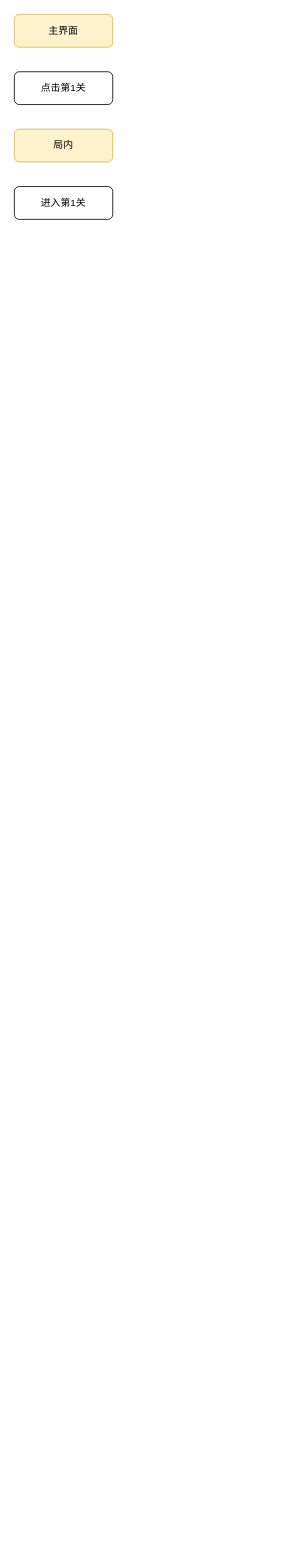
Before: Untitled Diagram.drawio in friyal0730/sudoku, a draw.io diagram. Source tidied: cells renumbered, new cells numbered last; positions are measured from the earlier drawing's top-left corner, leaving out a move shared by most shapes. Both pictures are drawn from the tidied source at 82%, with x=0, y=0 at pixel (14, 14).
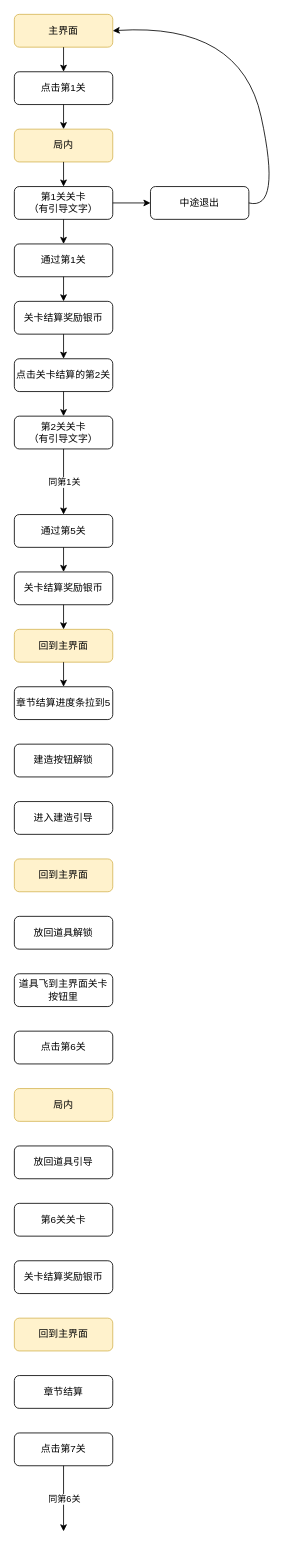
The same diagram, later.

Unchanged cells that the change refers to:
```xml
<mxCell id="2" value="主界面" style="rounded=1;whiteSpace=wrap;html=1;fillColor=#fff2cc;strokeColor=#d6b656;" parent="1" vertex="1">
  <mxGeometry width="120" height="40" as="geometry" />
</mxCell>
<mxCell id="3" value="局内" style="rounded=1;whiteSpace=wrap;html=1;fillColor=#fff2cc;strokeColor=#d6b656;" parent="1" vertex="1">
  <mxGeometry y="140" width="120" height="40" as="geometry" />
</mxCell>
<mxCell id="4" value="点击第1关" style="rounded=1;whiteSpace=wrap;html=1;" parent="1" vertex="1">
  <mxGeometry y="70" width="120" height="40" as="geometry" />
</mxCell>
```

What changed in the source:
```diff
@@
-    <mxCell id="5" value="进入第1关" style="rounded=1;whiteSpace=wrap;html=1;" parent="1" vertex="1">
+    <mxCell id="5" value="第1关关卡&lt;br&gt;（有引导文字）" style="rounded=1;whiteSpace=wrap;html=1;" parent="1" vertex="1">
       <mxGeometry y="210" width="120" height="40" as="geometry" />
     </mxCell>
+    <mxCell id="6" value="通过第1关" style="rounded=1;whiteSpace=wrap;html=1;" parent="1" vertex="1">
+      <mxGeometry y="280" width="120" height="40" as="geometry" />
+    </mxCell>
+    <mxCell id="7" value="关卡结算奖励银币" style="rounded=1;whiteSpace=wrap;html=1;" parent="1" vertex="1">
+      <mxGeometry y="350" width="120" height="40" as="geometry" />
+    </mxCell>
+    <mxCell id="8" value="点击关卡结算的第2关" style="rounded=1;whiteSpace=wrap;html=1;" parent="1" vertex="1">
+      <mxGeometry y="420" width="120" height="40" as="geometry" />
+    </mxCell>
+    <mxCell id="9" value="第2关关卡&lt;br&gt;（有引导文字）" style="rounded=1;whiteSpace=wrap;html=1;" parent="1" vertex="1">
+      <mxGeometry y="490" width="120" height="40" as="geometry" />
+    </mxCell>
+    <mxCell id="10" style="endArrow=classic;html=1;entryX=0.5;entryY=0;entryDx=0;entryDy=0;exitX=0.5;exitY=1;exitDx=0;exitDy=0;" parent="1" edge="1" source="4" target="3">
+      <mxGeometry relative="1" as="geometry" />
+    </mxCell>
+    <mxCell id="11" style="endArrow=classic;html=1;exitX=0.5;exitY=1;exitDx=0;exitDy=0;entryX=0.5;entryY=0;entryDx=0;entryDy=0;" parent="1" edge="1" source="3" target="5">
+      <mxGeometry relative="1" as="geometry" />
+    </mxCell>
+    <mxCell id="12" style="endArrow=classic;html=1;exitX=0.5;exitY=1;exitDx=0;exitDy=0;entryX=0.5;entryY=0;entryDx=0;entryDy=0;" parent="1" edge="1" source="5" target="6">
+      <mxGeometry relative="1" as="geometry" />
+    </mxCell>
+    <mxCell id="13" style="endArrow=classic;html=1;exitX=0.5;exitY=1;exitDx=0;exitDy=0;entryX=0.5;entryY=0;entryDx=0;entryDy=0;" parent="1" edge="1" source="6" target="7">
+      <mxGeometry relative="1" as="geometry" />
+    </mxCell>
+    <mxCell id="14" style="endArrow=classic;html=1;exitX=0.5;exitY=1;exitDx=0;exitDy=0;entryX=0.5;entryY=0;entryDx=0;entryDy=0;" parent="1" edge="1" source="7" target="8">
+      <mxGeometry relative="1" as="geometry" />
+    </mxCell>
+    <mxCell id="15" style="endArrow=classic;html=1;exitX=0.5;exitY=1;exitDx=0;exitDy=0;entryX=0.5;entryY=0;entryDx=0;entryDy=0;" parent="1" edge="1" source="8" target="9">
+      <mxGeometry relative="1" as="geometry" />
+    </mxCell>
+    <mxCell id="16" style="endArrow=classic;html=1;exitX=0.5;exitY=1;exitDx=0;exitDy=0;" parent="1" edge="1" source="9">
+      <mxGeometry relative="1" as="geometry">
+        <mxPoint x="60" y="610" as="targetPoint" />
+      </mxGeometry>
+    </mxCell>
+    <mxCell id="17" value="同第1关" style="edgeLabel;html=1;align=center;verticalAlign=middle;" parent="16" vertex="1">
+      <mxGeometry relative="1" as="geometry" />
+    </mxCell>
+    <mxCell id="18" value="通过第5关" style="rounded=1;whiteSpace=wrap;html=1;" parent="1" vertex="1">
+      <mxGeometry y="610" width="120" height="40" as="geometry" />
+    </mxCell>
+    <mxCell id="19" value="中途退出" style="rounded=1;whiteSpace=wrap;html=1;" parent="1" vertex="1">
+      <mxGeometry x="166" y="210" width="120" height="40" as="geometry" />
+    </mxCell>
+    <mxCell id="20" style="endArrow=classic;html=1;exitX=1;exitY=0.5;exitDx=0;exitDy=0;entryX=0;entryY=0.5;entryDx=0;entryDy=0;" parent="1" edge="1" source="5" target="19">
+      <mxGeometry relative="1" as="geometry" />
+    </mxCell>
+    <mxCell id="21" style="curved=1;endArrow=classic;html=1;exitX=1;exitY=0.5;exitDx=0;exitDy=0;entryX=1;entryY=0.5;entryDx=0;entryDy=0;" parent="1" edge="1" source="19" target="2">
+      <mxGeometry relative="1" as="geometry">
+        <Array as="points">
+          <mxPoint x="326" y="240" />
+          <mxPoint x="276" y="10" />
+        </Array>
+      </mxGeometry>
+    </mxCell>
+    <mxCell id="22" style="endArrow=classic;html=1;exitX=0.5;exitY=1;exitDx=0;exitDy=0;" parent="1" edge="1" source="2">
+      <mxGeometry relative="1" as="geometry">
+        <mxPoint x="60" y="70" as="targetPoint" />
+      </mxGeometry>
+    </mxCell>
+    <mxCell id="23" value="关卡结算奖励银币" style="rounded=1;whiteSpace=wrap;html=1;" parent="1" vertex="1">
+      <mxGeometry y="680" width="120" height="40" as="geometry" />
+    </mxCell>
+    <mxCell id="24" value="回到主界面" style="rounded=1;whiteSpace=wrap;html=1;fillColor=#fff2cc;strokeColor=#d6b656;" parent="1" vertex="1">
+      <mxGeometry y="750" width="120" height="40" as="geometry" />
+    </mxCell>
+    <mxCell id="25" value="章节结算进度条拉到5" style="rounded=1;whiteSpace=wrap;html=1;" parent="1" vertex="1">
+      <mxGeometry y="820" width="120" height="40" as="geometry" />
+    </mxCell>
+    <mxCell id="26" style="endArrow=classic;html=1;entryX=0.5;entryY=0;entryDx=0;entryDy=0;" parent="1" edge="1" target="23">
+      <mxGeometry relative="1" as="geometry">
+        <mxPoint x="60" y="650" as="sourcePoint" />
+      </mxGeometry>
+    </mxCell>
+    <mxCell id="27" style="endArrow=classic;html=1;exitX=0.5;exitY=1;exitDx=0;exitDy=0;" parent="1" edge="1" source="23" target="24">
+      <mxGeometry relative="1" as="geometry" />
+    </mxCell>
+    <mxCell id="28" style="endArrow=classic;html=1;exitX=0.5;exitY=1;exitDx=0;exitDy=0;entryX=0.5;entryY=0;entryDx=0;entryDy=0;" parent="1" edge="1" source="24" target="25">
+      <mxGeometry relative="1" as="geometry" />
+    </mxCell>
+    <mxCell id="29" value="建造按钮解锁" style="rounded=1;whiteSpace=wrap;html=1;" parent="1" vertex="1">
+      <mxGeometry y="890" width="120" height="40" as="geometry" />
+    </mxCell>
+    <mxCell id="30" value="进入建造引导" style="rounded=1;whiteSpace=wrap;html=1;" parent="1" vertex="1">
+      <mxGeometry y="960" width="120" height="40" as="geometry" />
+    </mxCell>
+    <mxCell id="31" value="回到主界面" style="rounded=1;whiteSpace=wrap;html=1;fillColor=#fff2cc;strokeColor=#d6b656;" parent="1" vertex="1">
+      <mxGeometry y="1030" width="120" height="40" as="geometry" />
+    </mxCell>
+    <mxCell id="32" value="放回道具解锁" style="rounded=1;whiteSpace=wrap;html=1;" parent="1" vertex="1">
+      <mxGeometry y="1100" width="120" height="40" as="geometry" />
+    </mxCell>
+    <mxCell id="33" value="点击第6关" style="rounded=1;whiteSpace=wrap;html=1;" parent="1" vertex="1">
+      <mxGeometry y="1240" width="120" height="40" as="geometry" />
+    </mxCell>
+    <mxCell id="34" value="局内" style="rounded=1;whiteSpace=wrap;html=1;fillColor=#fff2cc;strokeColor=#d6b656;" parent="1" vertex="1">
+      <mxGeometry y="1310" width="120" height="40" as="geometry" />
+    </mxCell>
+    <mxCell id="35" value="道具飞到主界面关卡按钮里" style="rounded=1;whiteSpace=wrap;html=1;" parent="1" vertex="1">
+      <mxGeometry y="1170" width="120" height="40" as="geometry" />
+    </mxCell>
+    <mxCell id="36" value="放回道具引导" style="rounded=1;whiteSpace=wrap;html=1;" parent="1" vertex="1">
+      <mxGeometry y="1380" width="120" height="40" as="geometry" />
+    </mxCell>
+    <mxCell id="37" value="第6关关卡" style="rounded=1;whiteSpace=wrap;html=1;" parent="1" vertex="1">
+      <mxGeometry y="1450" width="120" height="40" as="geometry" />
+    </mxCell>
+    <mxCell id="38" value="关卡结算奖励银币" style="rounded=1;whiteSpace=wrap;html=1;" parent="1" vertex="1">
+      <mxGeometry y="1520" width="120" height="40" as="geometry" />
+    </mxCell>
+    <mxCell id="39" value="回到主界面" style="rounded=1;whiteSpace=wrap;html=1;fillColor=#fff2cc;strokeColor=#d6b656;" parent="1" vertex="1">
+      <mxGeometry y="1590" width="120" height="40" as="geometry" />
+    </mxCell>
+    <mxCell id="40" value="章节结算" style="rounded=1;whiteSpace=wrap;html=1;" parent="1" vertex="1">
+      <mxGeometry y="1660" width="120" height="40" as="geometry" />
+    </mxCell>
+    <mxCell id="41" value="点击第7关" style="rounded=1;whiteSpace=wrap;html=1;" parent="1" vertex="1">
+      <mxGeometry y="1730" width="120" height="40" as="geometry" />
+    </mxCell>
+    <mxCell id="42" style="endArrow=classic;html=1;exitX=0.5;exitY=1;exitDx=0;exitDy=0;" parent="1" edge="1" source="41">
+      <mxGeometry relative="1" as="geometry">
+        <mxPoint x="60" y="1850" as="targetPoint" />
+      </mxGeometry>
+    </mxCell>
+    <mxCell id="43" value="同第6关" style="edgeLabel;html=1;align=center;verticalAlign=middle;" parent="42" vertex="1">
+      <mxGeometry relative="1" as="geometry" />
+    </mxCell>
```
